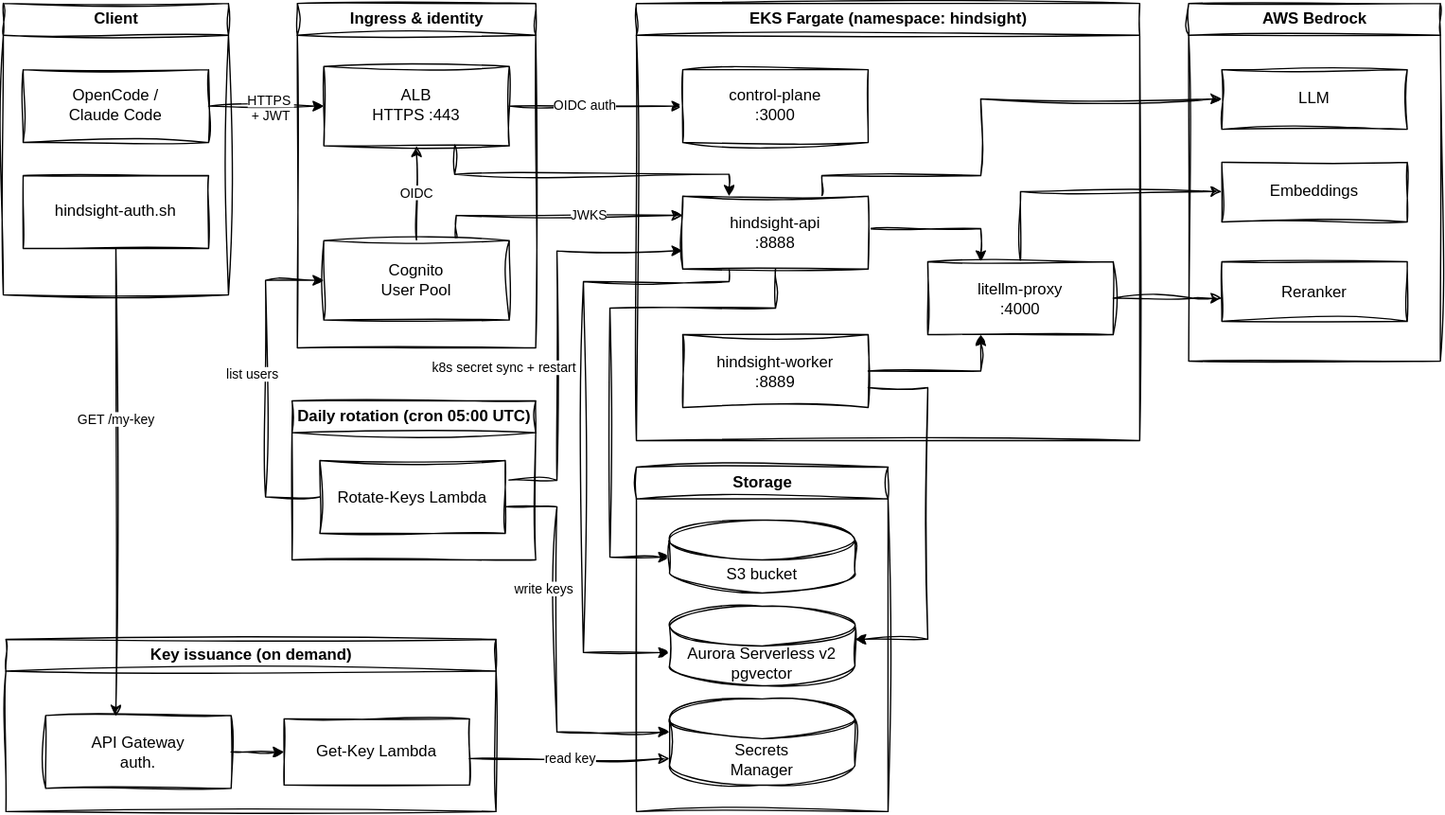
The draw.io diagram docs/diagrams/component-diagram.drawio.svg in aws-samples/sample-hindsight-on-eks, before a commit. Source tidied: cells renumbered, new cells last; positions are measured from the earlier drawing's top-left corner, leaving out a move shared by most shapes. Source of this version:
```xml
<mxGraphModel>
  <root>
    <mxCell id="0" />
    <mxCell id="1" parent="0" />
    <mxCell id="2" value="Client" style="swimlane;startSize=24;html=1;fontStyle=1;rounded=0;labelBackgroundColor=none;sketch=1;curveFitting=1;jiggle=2;" parent="1" vertex="1">
      <mxGeometry width="170" height="220" as="geometry" />
    </mxCell>
    <mxCell id="3" value="OpenCode /&#10;Claude Code" style="rounded=0;whiteSpace=wrap;html=1;labelBackgroundColor=none;sketch=1;curveFitting=1;jiggle=2;" parent="2" vertex="1">
      <mxGeometry x="15" y="50" width="140" height="55" as="geometry" />
    </mxCell>
    <mxCell id="4" value="hindsight-auth.sh" style="rounded=0;whiteSpace=wrap;html=1;fillColor=none;labelBackgroundColor=none;sketch=1;curveFitting=1;jiggle=2;" parent="2" vertex="1">
      <mxGeometry x="15" y="130" width="140" height="55" as="geometry" />
    </mxCell>
    <mxCell id="5" value="Ingress &amp; identity" style="swimlane;startSize=24;html=1;fontStyle=1;rounded=0;labelBackgroundColor=none;sketch=1;curveFitting=1;jiggle=2;" parent="1" vertex="1">
      <mxGeometry x="222" width="180" height="260" as="geometry" />
    </mxCell>
    <mxCell id="6" value="ALB&#10;HTTPS :443" style="rounded=0;whiteSpace=wrap;html=1;labelBackgroundColor=none;sketch=1;curveFitting=1;jiggle=2;" parent="5" vertex="1">
      <mxGeometry x="20" y="47.5" width="140" height="60" as="geometry" />
    </mxCell>
    <mxCell id="7" value="EKS Fargate (namespace: hindsight)" style="swimlane;startSize=24;html=1;fontStyle=1;rounded=0;labelBackgroundColor=none;sketch=1;curveFitting=1;jiggle=2;" parent="1" vertex="1">
      <mxGeometry x="478" width="380" height="330" as="geometry" />
    </mxCell>
    <mxCell id="8" value="Storage" style="swimlane;startSize=24;html=1;fontStyle=1;rounded=0;labelBackgroundColor=none;sketch=1;curveFitting=1;jiggle=2;" parent="1" vertex="1">
      <mxGeometry x="478" y="350" width="190" height="260" as="geometry" />
    </mxCell>
    <mxCell id="9" value="Secrets&#10;Manager" style="shape=cylinder3;whiteSpace=wrap;html=1;fillColor=none;boundedLbl=1;rounded=0;labelBackgroundColor=none;sketch=1;curveFitting=1;jiggle=2;" parent="8" vertex="1">
      <mxGeometry x="25" y="175" width="140" height="65" as="geometry" />
    </mxCell>
    <mxCell id="10" value="AWS Bedrock" style="swimlane;startSize=24;html=1;fontStyle=1;rounded=0;labelBackgroundColor=none;sketch=1;curveFitting=1;jiggle=2;" parent="1" vertex="1">
      <mxGeometry x="895" width="190" height="270" as="geometry" />
    </mxCell>
    <mxCell id="11" value="LLM" style="rounded=0;whiteSpace=wrap;html=1;labelBackgroundColor=none;sketch=1;curveFitting=1;jiggle=2;" parent="10" vertex="1">
      <mxGeometry x="25" y="50" width="140" height="45" as="geometry" />
    </mxCell>
    <mxCell id="12" value="Embeddings" style="rounded=0;whiteSpace=wrap;html=1;labelBackgroundColor=none;sketch=1;curveFitting=1;jiggle=2;" parent="10" vertex="1">
      <mxGeometry x="25" y="120" width="140" height="45" as="geometry" />
    </mxCell>
    <mxCell id="13" value="Reranker" style="rounded=0;whiteSpace=wrap;html=1;labelBackgroundColor=none;sketch=1;curveFitting=1;jiggle=2;" parent="10" vertex="1">
      <mxGeometry x="25" y="195" width="140" height="45" as="geometry" />
    </mxCell>
    <mxCell id="14" value="&lt;span style=&quot;background-color: light-dark(#ffffff, var(--ge-dark-color, #121212));&quot;&gt;HTTPS&amp;nbsp;&lt;/span&gt;&lt;div&gt;&lt;span style=&quot;background-color: light-dark(#ffffff, var(--ge-dark-color, #121212));&quot;&gt;+ JWT&lt;/span&gt;&lt;/div&gt;" style="rounded=0;html=1;fontSize=10;entryX=0;entryY=0.5;entryDx=0;entryDy=0;labelBackgroundColor=none;fontColor=default;sketch=1;curveFitting=1;jiggle=2;" parent="1" edge="1" source="3" target="6">
      <mxGeometry x="0.08" y="-2" relative="1" as="geometry" />
    </mxCell>
    <mxCell id="15" style="rounded=0;html=1;edgeStyle=orthogonalEdgeStyle;entryX=0.25;entryY=0;entryDx=0;entryDy=0;exitX=0.706;exitY=0.99;exitDx=0;exitDy=0;exitPerimeter=0;labelBackgroundColor=none;fontColor=default;sketch=1;curveFitting=1;jiggle=2;" parent="1" edge="1" source="6" target="28">
      <mxGeometry relative="1" as="geometry">
        <Array as="points">
          <mxPoint x="341" y="129" />
          <mxPoint x="548" y="129" />
        </Array>
      </mxGeometry>
    </mxCell>
    <mxCell id="16" value="&lt;span style=&quot;background-color: light-dark(#ffffff, var(--ge-dark-color, #121212));&quot;&gt;OIDC auth&lt;/span&gt;" style="rounded=0;html=1;fontSize=10;exitX=1;exitY=0.5;exitDx=0;exitDy=0;entryX=0;entryY=0.5;entryDx=0;entryDy=0;labelBackgroundColor=none;fontColor=default;sketch=1;curveFitting=1;jiggle=2;" parent="1" edge="1" source="6" target="27">
      <mxGeometry x="-0.12" relative="1" as="geometry" />
    </mxCell>
    <mxCell id="17" value="&lt;span style=&quot;background-color: light-dark(#ffffff, var(--ge-dark-color, #121212));&quot;&gt;OIDC&lt;/span&gt;" style="rounded=0;html=1;fontSize=10;labelBackgroundColor=none;fontColor=default;sketch=1;curveFitting=1;jiggle=2;" parent="1" edge="1" source="31" target="6">
      <mxGeometry relative="1" as="geometry" />
    </mxCell>
    <mxCell id="18" value="&lt;span style=&quot;background-color: light-dark(#ffffff, var(--ge-dark-color, #121212));&quot;&gt;JWKS&lt;/span&gt;" style="rounded=0;html=1;fontSize=10;edgeStyle=orthogonalEdgeStyle;curved=0;exitX=0.714;exitY=0.004;exitDx=0;exitDy=0;exitPerimeter=0;labelBackgroundColor=none;fontColor=default;sketch=1;curveFitting=1;jiggle=2;" parent="1" edge="1" source="31">
      <mxGeometry x="0.25" relative="1" as="geometry">
        <mxPoint x="513" y="160" as="targetPoint" />
        <Array as="points">
          <mxPoint x="342" y="160" />
        </Array>
      </mxGeometry>
    </mxCell>
    <mxCell id="19" style="rounded=0;html=1;edgeStyle=orthogonalEdgeStyle;curved=0;labelBackgroundColor=none;fontColor=default;sketch=1;curveFitting=1;jiggle=2;" parent="1" edge="1" source="28" target="33">
      <mxGeometry relative="1" as="geometry">
        <Array as="points">
          <mxPoint x="548" y="210" />
          <mxPoint x="438" y="210" />
          <mxPoint x="438" y="490" />
        </Array>
      </mxGeometry>
    </mxCell>
    <mxCell id="20" style="rounded=0;html=1;edgeStyle=orthogonalEdgeStyle;curved=0;labelBackgroundColor=none;fontColor=default;sketch=1;curveFitting=1;jiggle=2;" parent="1" edge="1" source="28" target="32">
      <mxGeometry relative="1" as="geometry">
        <Array as="points">
          <mxPoint x="583" y="230" />
          <mxPoint x="458" y="230" />
          <mxPoint x="458" y="418" />
        </Array>
      </mxGeometry>
    </mxCell>
    <mxCell id="21" style="rounded=0;html=1;edgeStyle=orthogonalEdgeStyle;curved=0;exitX=0.75;exitY=0;exitDx=0;exitDy=0;labelBackgroundColor=none;fontColor=default;sketch=1;curveFitting=1;jiggle=2;" parent="1" edge="1" source="28" target="11">
      <mxGeometry relative="1" as="geometry">
        <Array as="points">
          <mxPoint x="618" y="130" />
          <mxPoint x="738" y="130" />
          <mxPoint x="738" y="72" />
        </Array>
      </mxGeometry>
    </mxCell>
    <mxCell id="22" style="rounded=0;html=1;edgeStyle=orthogonalEdgeStyle;curved=0;labelBackgroundColor=none;fontColor=default;sketch=1;curveFitting=1;jiggle=2;" parent="1" edge="1" source="28" target="30">
      <mxGeometry relative="1" as="geometry">
        <Array as="points">
          <mxPoint x="738" y="170" />
        </Array>
      </mxGeometry>
    </mxCell>
    <mxCell id="23" style="rounded=0;html=1;edgeStyle=orthogonalEdgeStyle;curved=0;labelBackgroundColor=none;fontColor=default;sketch=1;curveFitting=1;jiggle=2;" parent="1" edge="1" source="29" target="33">
      <mxGeometry relative="1" as="geometry">
        <Array as="points">
          <mxPoint x="698" y="290" />
          <mxPoint x="698" y="480" />
        </Array>
      </mxGeometry>
    </mxCell>
    <mxCell id="24" style="rounded=0;html=1;edgeStyle=orthogonalEdgeStyle;curved=0;labelBackgroundColor=none;fontColor=default;sketch=1;curveFitting=1;jiggle=2;" parent="1" edge="1" source="29" target="30">
      <mxGeometry relative="1" as="geometry">
        <Array as="points">
          <mxPoint x="738" y="278" />
        </Array>
      </mxGeometry>
    </mxCell>
    <mxCell id="25" style="rounded=0;html=1;edgeStyle=orthogonalEdgeStyle;curved=0;labelBackgroundColor=none;fontColor=default;sketch=1;curveFitting=1;jiggle=2;" parent="1" edge="1" source="30" target="12">
      <mxGeometry relative="1" as="geometry">
        <Array as="points">
          <mxPoint x="768" y="142" />
        </Array>
      </mxGeometry>
    </mxCell>
    <mxCell id="26" style="rounded=0;html=1;edgeStyle=orthogonalEdgeStyle;curved=0;labelBackgroundColor=none;fontColor=default;sketch=1;curveFitting=1;jiggle=2;" parent="1" edge="1" source="30" target="13">
      <mxGeometry relative="1" as="geometry">
        <Array as="points">
          <mxPoint x="898" y="223" />
          <mxPoint x="898" y="223" />
        </Array>
      </mxGeometry>
    </mxCell>
    <mxCell id="27" value="control-plane&#10;:3000" style="rounded=0;whiteSpace=wrap;html=1;labelBackgroundColor=none;sketch=1;curveFitting=1;jiggle=2;" parent="1" vertex="1">
      <mxGeometry x="513" y="50" width="140" height="55" as="geometry" />
    </mxCell>
    <mxCell id="28" value="hindsight-api&#10;:8888" style="rounded=0;whiteSpace=wrap;html=1;labelBackgroundColor=none;sketch=1;curveFitting=1;jiggle=2;" parent="1" vertex="1">
      <mxGeometry x="513" y="145.5" width="140" height="55" as="geometry" />
    </mxCell>
    <mxCell id="29" value="hindsight-worker&#10;:8889" style="rounded=0;whiteSpace=wrap;html=1;labelBackgroundColor=none;sketch=1;curveFitting=1;jiggle=2;" parent="1" vertex="1">
      <mxGeometry x="513" y="250" width="140" height="55" as="geometry" />
    </mxCell>
    <mxCell id="30" value="litellm-proxy&#10;:4000" style="rounded=0;whiteSpace=wrap;html=1;labelBackgroundColor=none;sketch=1;curveFitting=1;jiggle=2;" parent="1" vertex="1">
      <mxGeometry x="698" y="195" width="140" height="55" as="geometry" />
    </mxCell>
    <mxCell id="31" value="Cognito&#10;User Pool" style="rounded=0;whiteSpace=wrap;html=1;labelBackgroundColor=none;sketch=1;curveFitting=1;jiggle=2;" parent="1" vertex="1">
      <mxGeometry x="242" y="179" width="140" height="60" as="geometry" />
    </mxCell>
    <mxCell id="32" value="S3 bucket" style="shape=cylinder3;whiteSpace=wrap;html=1;boundedLbl=1;rounded=0;labelBackgroundColor=none;sketch=1;curveFitting=1;jiggle=2;" parent="1" vertex="1">
      <mxGeometry x="503" y="390" width="140" height="55" as="geometry" />
    </mxCell>
    <mxCell id="33" value="Aurora Serverless v2&#10;pgvector" style="shape=cylinder3;whiteSpace=wrap;html=1;boundedLbl=1;rounded=0;labelBackgroundColor=none;sketch=1;curveFitting=1;jiggle=2;" parent="1" vertex="1">
      <mxGeometry x="503" y="455" width="140" height="60" as="geometry" />
    </mxCell>
    <mxCell id="34" value="Key issuance (on demand)" style="swimlane;startSize=24;html=1;fontStyle=1;rounded=0;labelBackgroundColor=none;sketch=1;curveFitting=1;jiggle=2;" parent="1" vertex="1">
      <mxGeometry x="2" y="480" width="370" height="130" as="geometry" />
    </mxCell>
    <mxCell id="35" value="Get-Key Lambda" style="rounded=0;whiteSpace=wrap;html=1;labelBackgroundColor=none;sketch=1;curveFitting=1;jiggle=2;" parent="34" vertex="1">
      <mxGeometry x="210" y="60" width="140" height="50" as="geometry" />
    </mxCell>
    <mxCell id="36" value="API Gateway&#10;auth.&lt;domain&gt;" style="rounded=0;whiteSpace=wrap;html=1;labelBackgroundColor=none;sketch=1;curveFitting=1;jiggle=2;" parent="34" vertex="1">
      <mxGeometry x="30" y="57.5" width="140" height="55" as="geometry" />
    </mxCell>
    <mxCell id="37" style="rounded=0;html=1;labelBackgroundColor=none;fontColor=default;sketch=1;curveFitting=1;jiggle=2;" parent="34" edge="1" source="36" target="35">
      <mxGeometry relative="1" as="geometry" />
    </mxCell>
    <mxCell id="38" value="Daily rotation (cron 05:00 UTC)" style="swimlane;startSize=24;html=1;fontStyle=1;rounded=0;labelBackgroundColor=none;sketch=1;curveFitting=1;jiggle=2;" parent="1" vertex="1">
      <mxGeometry x="218" y="300" width="184" height="120" as="geometry" />
    </mxCell>
    <mxCell id="39" value="&lt;span style=&quot;background-color: light-dark(#ffffff, var(--ge-dark-color, #121212));&quot;&gt;GET /my-key&lt;/span&gt;" style="rounded=0;html=1;fontSize=10;exitX=0.5;exitY=1;exitDx=0;exitDy=0;labelBackgroundColor=none;fontColor=default;sketch=1;curveFitting=1;jiggle=2;" parent="1" edge="1" source="4">
      <mxGeometry x="-0.27" relative="1" as="geometry">
        <mxPoint x="85" y="538" as="targetPoint" />
      </mxGeometry>
    </mxCell>
    <mxCell id="40" value="&lt;span style=&quot;background-color: light-dark(#ffffff, var(--ge-dark-color, #121212));&quot;&gt;read key&lt;/span&gt;" style="rounded=0;html=1;fontSize=10;edgeStyle=orthogonalEdgeStyle;curved=0;labelBackgroundColor=none;fontColor=default;sketch=1;curveFitting=1;jiggle=2;" parent="1" edge="1" source="35" target="9">
      <mxGeometry relative="1" as="geometry">
        <Array as="points">
          <mxPoint x="428" y="570" />
          <mxPoint x="428" y="570" />
        </Array>
      </mxGeometry>
    </mxCell>
    <mxCell id="41" value="&lt;span style=&quot;background-color: light-dark(#ffffff, var(--ge-dark-color, #121212));&quot;&gt;list users&lt;/span&gt;" style="rounded=0;html=1;fontSize=10;edgeStyle=orthogonalEdgeStyle;entryX=0;entryY=0.5;entryDx=0;entryDy=0;labelBackgroundColor=none;fontColor=default;sketch=1;curveFitting=1;jiggle=2;" parent="1" edge="1" source="44" target="31">
      <mxGeometry x="0.07" y="10" relative="1" as="geometry">
        <Array as="points">
          <mxPoint x="198" y="372" />
          <mxPoint x="198" y="209" />
        </Array>
      </mxGeometry>
    </mxCell>
    <mxCell id="42" value="&lt;span style=&quot;background-color: light-dark(#ffffff, var(--ge-dark-color, #121212));&quot;&gt;write keys&lt;/span&gt;" style="rounded=0;html=1;fontSize=10;edgeStyle=orthogonalEdgeStyle;curved=0;labelBackgroundColor=none;fontColor=default;sketch=1;curveFitting=1;jiggle=2;" parent="1" edge="1" source="44" target="9">
      <mxGeometry x="-0.31" y="-10" relative="1" as="geometry">
        <Array as="points">
          <mxPoint x="418" y="380" />
          <mxPoint x="418" y="550" />
        </Array>
      </mxGeometry>
    </mxCell>
    <mxCell id="43" value="&lt;span style=&quot;background-color: light-dark(#ffffff, var(--ge-dark-color, #121212));&quot;&gt;k8s secret sync + restart&lt;/span&gt;" style="rounded=0;html=1;fontSize=10;edgeStyle=orthogonalEdgeStyle;curved=0;entryX=0;entryY=0.75;entryDx=0;entryDy=0;labelBackgroundColor=none;fontColor=default;sketch=1;curveFitting=1;jiggle=2;" parent="1" edge="1" source="44" target="28">
      <mxGeometry x="-0.2" y="40" relative="1" as="geometry">
        <Array as="points">
          <mxPoint x="418" y="360" />
          <mxPoint x="418" y="187" />
        </Array>
      </mxGeometry>
    </mxCell>
    <mxCell id="44" value="Rotate-Keys Lambda" style="rounded=0;whiteSpace=wrap;html=1;labelBackgroundColor=none;sketch=1;curveFitting=1;jiggle=2;" parent="1" vertex="1">
      <mxGeometry x="239" y="345" width="140" height="55" as="geometry" />
    </mxCell>
  </root>
</mxGraphModel>
```
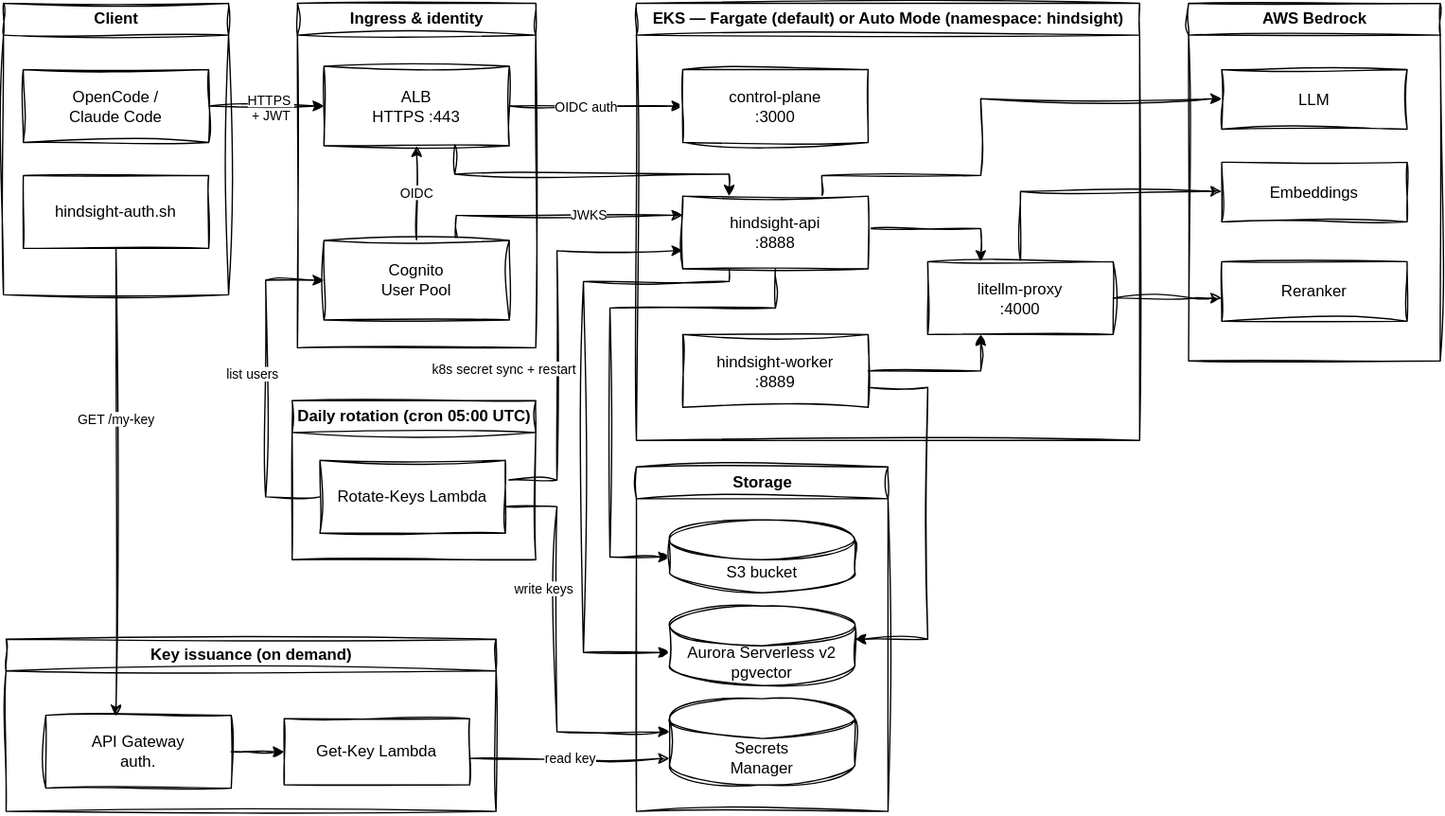
The same file after the commit.

Commit message:
docs(diagrams): regenerate component SVG + update alt text for Auto Mode label

Re-exported component-diagram.drawio.svg to reflect the EKS box label
(Fargate default / Auto Mode optional) and updated the embedded image alt
text in architecture.md to match.

What changed in the source:
```diff
@@ -17,7 +17,7 @@
     <mxCell id="6" value="ALB&#10;HTTPS :443" style="rounded=0;whiteSpace=wrap;html=1;labelBackgroundColor=none;sketch=1;curveFitting=1;jiggle=2;" parent="5" vertex="1">
       <mxGeometry x="20" y="47.5" width="140" height="60" as="geometry" />
     </mxCell>
-    <mxCell id="7" value="EKS Fargate (namespace: hindsight)" style="swimlane;startSize=24;html=1;fontStyle=1;rounded=0;labelBackgroundColor=none;sketch=1;curveFitting=1;jiggle=2;" parent="1" vertex="1">
+    <mxCell id="7" value="EKS — Fargate (default) or Auto Mode (namespace: hindsight)" style="swimlane;startSize=24;html=1;fontStyle=1;rounded=0;labelBackgroundColor=none;sketch=1;curveFitting=1;jiggle=2;" parent="1" vertex="1">
       <mxGeometry x="478" width="380" height="330" as="geometry" />
     </mxCell>
     <mxCell id="8" value="Storage" style="swimlane;startSize=24;html=1;fontStyle=1;rounded=0;labelBackgroundColor=none;sketch=1;curveFitting=1;jiggle=2;" parent="1" vertex="1">
```
